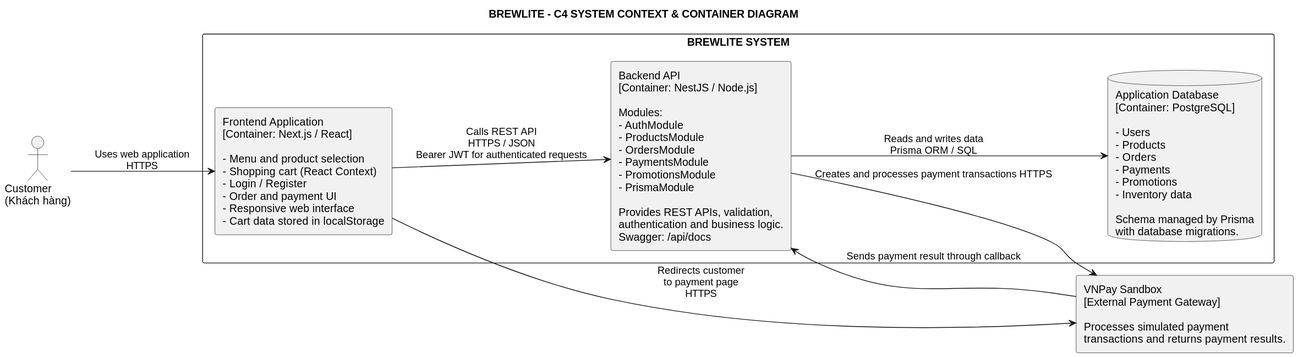
This is docs/diagrams/c4-context-container.svg from leduc16102006-jpg/assiment2, a PlantUML export, as it was before one commit.
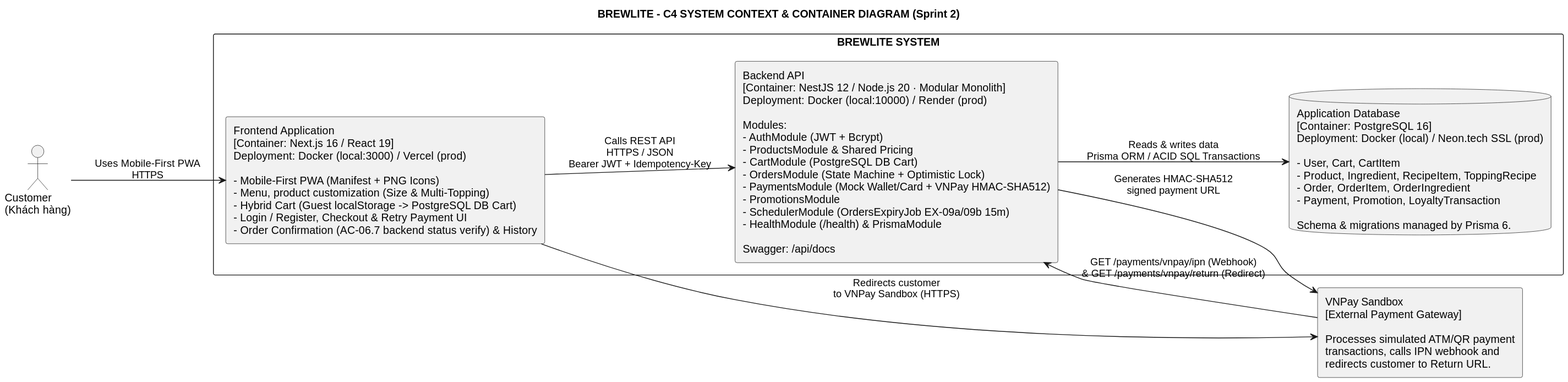
After the change.

Commit message:
fix(web,api,docs): enforce AC-06.7 order verification, clean VNPay controller and sync all UML/C4 diagrams

Diff of the diagram source:
```diff
@@ -7,25 +7,25 @@
 skinparam packageStyle rectangle
 skinparam componentStyle rectangle
 
-title BREWLITE - C4 SYSTEM CONTEXT & CONTAINER DIAGRAM
+title BREWLITE - C4 SYSTEM CONTEXT & CONTAINER DIAGRAM (Sprint 2)
 
 actor "Customer\n(Khách hàng)" as Customer
 
 rectangle "BREWLITE SYSTEM" as BrewLite {
 
-    rectangle "Frontend Application\n[Container: Next.js / React]\n\n- Menu and product selection\n- Shopping cart (React Context)\n- Login / Register\n- Order and payment UI\n- Responsive web interface\n- Cart data stored in localStorage" as Frontend
+    rectangle "Frontend Application\n[Container: Next.js 16 / React 19]\nDeployment: Docker (local:3000) / Vercel (prod)\n\n- Mobile-First PWA (Manifest + PNG Icons)\n- Menu, product customization (Size & Multi-Topping)\n- Hybrid Cart (Guest localStorage -> PostgreSQL DB Cart)\n- Login / Register, Checkout & Retry Payment UI\n- Order Confirmation (AC-06.7 backend status verify) & History" as Frontend
 
-    rectangle "Backend API\n[Container: NestJS / Node.js]\n\nModules:\n- AuthModule\n- ProductsModule\n- OrdersModule\n- PaymentsModule\n- PromotionsModule\n- PrismaModule\n\nProvides REST APIs, validation,\nauthentication and business logic.\nSwagger: /api/docs" as Backend
+    rectangle "Backend API\n[Container: NestJS 12 / Node.js 20 · Modular Monolith]\nDeployment: Docker (local:10000) / Render (prod)\n\nModules:\n- AuthModule (JWT + Bcrypt)\n- ProductsModule & Shared Pricing\n- CartModule (PostgreSQL DB Cart)\n- OrdersModule (State Machine + Optimistic Lock)\n- PaymentsModule (Mock Wallet/Card + VNPay HMAC-SHA512)\n- PromotionsModule\n- SchedulerModule (OrdersExpiryJob EX-09a/09b 15m)\n- HealthModule (/health) & PrismaModule\n\nSwagger: /api/docs" as Backend
 
-    database "Application Database\n[Container: PostgreSQL]\n\n- Users\n- Products\n- Orders\n- Payments\n- Promotions\n- Inventory data\n\nSchema managed by Prisma\nwith database migrations." as Database
+    database "Application Database\n[Container: PostgreSQL 16]\nDeployment: Docker (local) / Neon.tech SSL (prod)\n\n- User, Cart, CartItem\n- Product, Ingredient, RecipeItem, ToppingRecipe\n- Order, OrderItem, OrderIngredient\n- Payment, Promotion, LoyaltyTransaction\n\nSchema & migrations managed by Prisma 6." as Database
 }
 
-rectangle "VNPay Sandbox\n[External Payment Gateway]\n\nProcesses simulated payment\ntransactions and returns payment results." as VNPay
+rectangle "VNPay Sandbox\n[External Payment Gateway]\n\nProcesses simulated ATM/QR payment\ntransactions, calls IPN webhook and\nredirects customer to Return URL." as VNPay
 
-Customer --> Frontend : Uses web application\nHTTPS
-Frontend --> Backend : Calls REST API\nHTTPS / JSON\nBearer JWT for authenticated requests
-Backend --> Database : Reads and writes data\nPrisma ORM / SQL
-Backend -down-> VNPay : Creates and processes payment transactions HTTPS
-Frontend --> VNPay : Redirects customer\nto payment page\nHTTPS
-VNPay -up-> Backend : Sends payment result through callback
+Customer --> Frontend : Uses Mobile-First PWA\nHTTPS
+Frontend --> Backend : Calls REST API\nHTTPS / JSON\nBearer JWT + Idempotency-Key
+Backend --> Database : Reads & writes data\nPrisma ORM / ACID SQL Transactions
+Backend -down-> VNPay : Generates HMAC-SHA512\nsigned payment URL
+Frontend --> VNPay : Redirects customer\nto VNPay Sandbox (HTTPS)
+VNPay -up-> Backend : GET /payments/vnpay/ipn (Webhook)\n& GET /payments/vnpay/return (Redirect)
 @enduml
```
